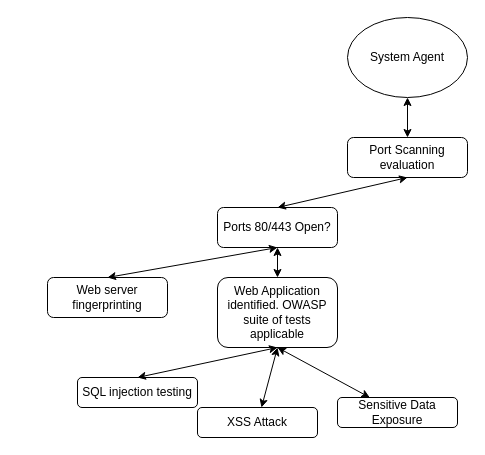
The draw.io diagram AttackTree.drawio in crystalz411/LinkBoard, before the edit. Source tidied: cells renumbered, new cells numbered last; positions are measured from the earlier drawing's top-left corner, leaving out a move shared by most shapes. Both pictures are drawn from the tidied source at 100%, with x=0, y=0 at pixel (47, 17).
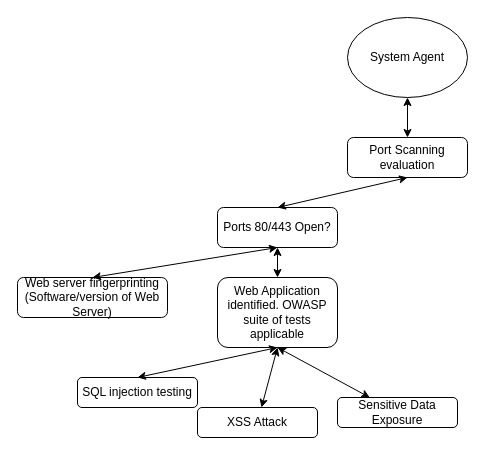
Above is the later version.

Change to the diagram source:
```diff
@@
 <mxGraphModel>
   <root>
     <mxCell id="0" />
     <mxCell id="1" parent="0" />
     <mxCell id="2" value="System Agent" style="ellipse;whiteSpace=wrap;html=1;" parent="1" vertex="1">
       <mxGeometry x="300" width="120" height="80" as="geometry" />
     </mxCell>
     <mxCell id="3" value="Port Scanning evaluation" style="rounded=1;whiteSpace=wrap;html=1;" parent="1" vertex="1">
       <mxGeometry x="300" y="120" width="120" height="40" as="geometry" />
     </mxCell>
     <mxCell id="4" style="endArrow=classic;startArrow=classic;html=1;entryX=0.5;entryY=1;entryDx=0;entryDy=0;exitX=0.5;exitY=0;exitDx=0;exitDy=0;" parent="1" edge="1" source="3" target="2">
       <mxGeometry relative="1" as="geometry" />
     </mxCell>
     <mxCell id="5" value="Ports 80/443 Open?" style="rounded=1;whiteSpace=wrap;html=1;" parent="1" vertex="1">
       <mxGeometry x="170" y="190" width="120" height="40" as="geometry" />
     </mxCell>
     <mxCell id="6" style="endArrow=classic;startArrow=classic;html=1;entryX=0.5;entryY=1;entryDx=0;entryDy=0;exitX=0.5;exitY=0;exitDx=0;exitDy=0;" parent="1" edge="1" source="5" target="3">
       <mxGeometry relative="1" as="geometry" />
     </mxCell>
     <mxCell id="7" value="Web Application identified. OWASP suite of tests applicable" style="rounded=1;whiteSpace=wrap;html=1;" parent="1" vertex="1">
       <mxGeometry x="170" y="260" width="120" height="70" as="geometry" />
     </mxCell>
     <mxCell id="8" style="endArrow=classic;startArrow=classic;html=1;exitX=0.5;exitY=0;exitDx=0;exitDy=0;" parent="1" edge="1" source="7" target="5">
       <mxGeometry relative="1" as="geometry" />
     </mxCell>
     <mxCell id="9" value="SQL injection testing" style="rounded=1;whiteSpace=wrap;html=1;" parent="1" vertex="1">
       <mxGeometry x="30" y="360" width="120" height="30" as="geometry" />
     </mxCell>
     <mxCell id="10" value="XSS Attack" style="rounded=1;whiteSpace=wrap;html=1;" parent="1" vertex="1">
       <mxGeometry x="150" y="390" width="120" height="30" as="geometry" />
     </mxCell>
     <mxCell id="11" value="Sensitive Data Exposure" style="rounded=1;whiteSpace=wrap;html=1;" parent="1" vertex="1">
       <mxGeometry x="290" y="380" width="120" height="30" as="geometry" />
     </mxCell>
     <mxCell id="12" style="endArrow=classic;startArrow=classic;html=1;entryX=0.5;entryY=1;entryDx=0;entryDy=0;" parent="1" edge="1" source="10" target="7">
       <mxGeometry relative="1" as="geometry" />
     </mxCell>
     <mxCell id="13" style="endArrow=classic;startArrow=classic;html=1;entryX=0.5;entryY=1;entryDx=0;entryDy=0;" parent="1" edge="1" source="11" target="7">
       <mxGeometry relative="1" as="geometry" />
     </mxCell>
     <mxCell id="14" style="endArrow=classic;startArrow=classic;html=1;entryX=0.5;entryY=0;entryDx=0;entryDy=0;exitX=0.5;exitY=1;exitDx=0;exitDy=0;" parent="1" edge="1" source="7" target="9">
       <mxGeometry relative="1" as="geometry" />
     </mxCell>
-    <mxCell id="15" value="Web server fingerprinting" style="rounded=1;whiteSpace=wrap;html=1;" parent="1" vertex="1">
-      <mxGeometry y="260" width="120" height="40" as="geometry" />
+    <mxCell id="15" value="Web server fingerprinting (Software/version of Web Server)" style="rounded=1;whiteSpace=wrap;html=1;" parent="1" vertex="1">
+      <mxGeometry x="-30" y="260" width="150" height="40" as="geometry" />
     </mxCell>
     <mxCell id="16" style="endArrow=classic;startArrow=classic;html=1;exitX=0.5;exitY=0;exitDx=0;exitDy=0;entryX=0.5;entryY=1;entryDx=0;entryDy=0;" parent="1" edge="1" source="15" target="5">
       <mxGeometry relative="1" as="geometry" />
     </mxCell>
   </root>
 </mxGraphModel>
```
